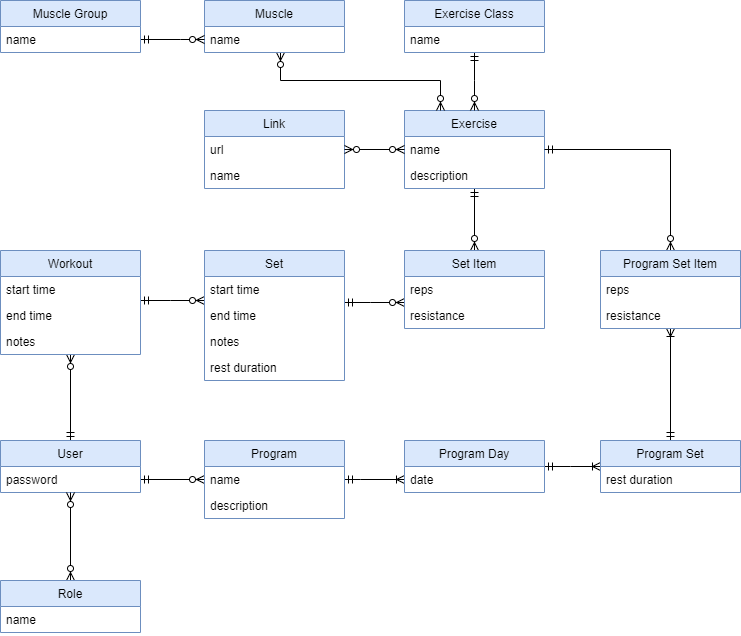
This is documentation/entities.png from toivjon/max-pondus, a draw.io export, as it was before one commit. Source tidied: cells renumbered, new cells last; positions are measured from the earlier drawing's top-left corner, leaving out a move shared by most shapes. Source of this version:
```xml
<mxGraphModel>
  <root>
    <mxCell id="0" />
    <mxCell id="1" parent="0" />
    <mxCell id="2" style="edgeStyle=orthogonalEdgeStyle;rounded=0;jettySize=auto;html=1;startArrow=ERmandOne;startFill=0;endArrow=ERzeroToMany;endFill=1;" parent="1" edge="1" source="4" target="24">
      <mxGeometry relative="1" as="geometry" />
    </mxCell>
    <mxCell id="3" style="edgeStyle=orthogonalEdgeStyle;rounded=0;jettySize=auto;html=1;startArrow=ERmandOne;startFill=0;endArrow=ERzeroToMany;endFill=1;" parent="1" edge="1" source="4" target="41">
      <mxGeometry relative="1" as="geometry">
        <Array as="points">
          <mxPoint x="190" y="479" />
          <mxPoint x="190" y="479" />
        </Array>
      </mxGeometry>
    </mxCell>
    <mxCell id="4" value="User" style="swimlane;fontStyle=0;horizontal=1;startSize=26;fillColor=#dae8fc;strokeColor=#6c8ebf;" parent="1" vertex="1">
      <mxGeometry y="440" width="140" height="52" as="geometry" />
    </mxCell>
    <mxCell id="5" value="password" style="text;strokeColor=none;fillColor=none;align=left;verticalAlign=top;spacingLeft=4;spacingRight=4;overflow=hidden;" parent="4" vertex="1">
      <mxGeometry y="26" width="140" height="26" as="geometry" />
    </mxCell>
    <mxCell id="6" style="edgeStyle=orthogonalEdgeStyle;rounded=0;jettySize=auto;html=1;endArrow=ERzeroToMany;endFill=1;startArrow=ERzeroToMany;startFill=1;" parent="1" edge="1" source="7" target="4">
      <mxGeometry relative="1" as="geometry" />
    </mxCell>
    <mxCell id="7" value="Role" style="swimlane;fontStyle=0;horizontal=1;startSize=26;fillColor=#dae8fc;strokeColor=#6c8ebf;" parent="1" vertex="1">
      <mxGeometry y="580" width="140" height="52" as="geometry" />
    </mxCell>
    <mxCell id="8" value="name" style="text;strokeColor=none;fillColor=none;align=left;verticalAlign=top;spacingLeft=4;spacingRight=4;overflow=hidden;" parent="7" vertex="1">
      <mxGeometry y="26" width="140" height="26" as="geometry" />
    </mxCell>
    <mxCell id="9" style="edgeStyle=orthogonalEdgeStyle;rounded=0;jettySize=auto;html=1;startArrow=ERmandOne;startFill=0;endArrow=ERzeroToMany;endFill=1;" parent="1" edge="1" source="10" target="34">
      <mxGeometry relative="1" as="geometry" />
    </mxCell>
    <mxCell id="10" value="Exercise" style="swimlane;fontStyle=0;horizontal=1;startSize=26;fillColor=#dae8fc;strokeColor=#6c8ebf;" parent="1" vertex="1">
      <mxGeometry x="404" y="110" width="140" height="78" as="geometry" />
    </mxCell>
    <mxCell id="11" value="name" style="text;align=left;verticalAlign=top;spacingLeft=4;spacingRight=4;overflow=hidden;" parent="10" vertex="1">
      <mxGeometry y="26" width="140" height="26" as="geometry" />
    </mxCell>
    <mxCell id="12" value="description" style="text;align=left;verticalAlign=top;spacingLeft=4;spacingRight=4;overflow=hidden;" parent="10" vertex="1">
      <mxGeometry y="52" width="140" height="26" as="geometry" />
    </mxCell>
    <mxCell id="13" value="Link" style="swimlane;fontStyle=0;horizontal=1;startSize=26;fillColor=#dae8fc;strokeColor=#6c8ebf;" parent="1" vertex="1">
      <mxGeometry x="204" y="110" width="140" height="78" as="geometry" />
    </mxCell>
    <mxCell id="14" value="url" style="text;strokeColor=none;fillColor=none;align=left;verticalAlign=top;spacingLeft=4;spacingRight=4;overflow=hidden;" parent="13" vertex="1">
      <mxGeometry y="26" width="140" height="26" as="geometry" />
    </mxCell>
    <mxCell id="15" value="name" style="text;align=left;verticalAlign=top;spacingLeft=4;spacingRight=4;overflow=hidden;" parent="13" vertex="1">
      <mxGeometry y="52" width="140" height="26" as="geometry" />
    </mxCell>
    <mxCell id="16" style="edgeStyle=orthogonalEdgeStyle;rounded=0;jettySize=auto;html=1;startArrow=ERzeroToMany;startFill=1;endArrow=ERzeroToMany;endFill=1;" parent="1" edge="1" source="10" target="13">
      <mxGeometry relative="1" as="geometry">
        <Array as="points">
          <mxPoint x="274" y="180" />
        </Array>
      </mxGeometry>
    </mxCell>
    <mxCell id="17" style="edgeStyle=orthogonalEdgeStyle;rounded=0;jettySize=auto;html=1;startArrow=ERzeroToMany;startFill=1;endArrow=ERzeroToMany;endFill=1;" parent="1" edge="1" source="18" target="10">
      <mxGeometry relative="1" as="geometry">
        <Array as="points">
          <mxPoint x="280" y="80" />
          <mxPoint x="440" y="80" />
        </Array>
      </mxGeometry>
    </mxCell>
    <mxCell id="18" value="Muscle" style="swimlane;fontStyle=0;horizontal=1;startSize=26;fillColor=#dae8fc;strokeColor=#6c8ebf;" parent="1" vertex="1">
      <mxGeometry x="204" width="140" height="52" as="geometry" />
    </mxCell>
    <mxCell id="19" value="name" style="text;strokeColor=none;fillColor=none;align=left;verticalAlign=top;spacingLeft=4;spacingRight=4;overflow=hidden;" parent="18" vertex="1">
      <mxGeometry y="26" width="140" height="26" as="geometry" />
    </mxCell>
    <mxCell id="20" style="edgeStyle=orthogonalEdgeStyle;rounded=0;jettySize=auto;html=1;startArrow=ERmandOne;startFill=0;endArrow=ERzeroToMany;endFill=1;" parent="1" edge="1" source="21" target="10">
      <mxGeometry relative="1" as="geometry">
        <Array as="points">
          <mxPoint x="474" y="80" />
          <mxPoint x="474" y="80" />
        </Array>
      </mxGeometry>
    </mxCell>
    <mxCell id="21" value="Exercise Class" style="swimlane;fontStyle=0;horizontal=1;startSize=26;fillColor=#dae8fc;strokeColor=#6c8ebf;" parent="1" vertex="1">
      <mxGeometry x="404" width="140" height="52" as="geometry" />
    </mxCell>
    <mxCell id="22" value="name" style="text;strokeColor=none;fillColor=none;align=left;verticalAlign=top;spacingLeft=4;spacingRight=4;overflow=hidden;" parent="21" vertex="1">
      <mxGeometry y="26" width="140" height="26" as="geometry" />
    </mxCell>
    <mxCell id="23" style="edgeStyle=orthogonalEdgeStyle;rounded=0;jettySize=auto;html=1;startArrow=ERmandOne;startFill=0;endArrow=ERzeroToMany;endFill=1;" parent="1" edge="1" source="24" target="29">
      <mxGeometry relative="1" as="geometry">
        <Array as="points">
          <mxPoint x="170" y="300" />
          <mxPoint x="170" y="300" />
        </Array>
      </mxGeometry>
    </mxCell>
    <mxCell id="24" value="Workout" style="swimlane;fontStyle=0;horizontal=1;startSize=26;fillColor=#dae8fc;strokeColor=#6c8ebf;" parent="1" vertex="1">
      <mxGeometry y="250" width="140" height="104" as="geometry" />
    </mxCell>
    <mxCell id="25" value="start time" style="text;strokeColor=none;fillColor=none;align=left;verticalAlign=top;spacingLeft=4;spacingRight=4;overflow=hidden;" parent="24" vertex="1">
      <mxGeometry y="26" width="140" height="26" as="geometry" />
    </mxCell>
    <mxCell id="26" value="end time" style="text;strokeColor=none;fillColor=none;align=left;verticalAlign=top;spacingLeft=4;spacingRight=4;overflow=hidden;" parent="24" vertex="1">
      <mxGeometry y="52" width="140" height="26" as="geometry" />
    </mxCell>
    <mxCell id="27" value="notes" style="text;strokeColor=none;fillColor=none;align=left;verticalAlign=top;spacingLeft=4;spacingRight=4;overflow=hidden;" parent="24" vertex="1">
      <mxGeometry y="78" width="140" height="26" as="geometry" />
    </mxCell>
    <mxCell id="28" style="edgeStyle=orthogonalEdgeStyle;rounded=0;jettySize=auto;html=1;startArrow=ERmandOne;startFill=0;endArrow=ERzeroToMany;endFill=1;" parent="1" edge="1" source="29" target="34">
      <mxGeometry relative="1" as="geometry">
        <Array as="points">
          <mxPoint x="370" y="302" />
          <mxPoint x="370" y="302" />
        </Array>
      </mxGeometry>
    </mxCell>
    <mxCell id="29" value="Set" style="swimlane;fontStyle=0;horizontal=1;startSize=26;fillColor=#dae8fc;strokeColor=#6c8ebf;" parent="1" vertex="1">
      <mxGeometry x="204" y="250" width="140" height="130" as="geometry" />
    </mxCell>
    <mxCell id="30" value="start time" style="text;strokeColor=none;fillColor=none;align=left;verticalAlign=top;spacingLeft=4;spacingRight=4;overflow=hidden;" parent="29" vertex="1">
      <mxGeometry y="26" width="140" height="26" as="geometry" />
    </mxCell>
    <mxCell id="31" value="end time" style="text;strokeColor=none;fillColor=none;align=left;verticalAlign=top;spacingLeft=4;spacingRight=4;overflow=hidden;" parent="29" vertex="1">
      <mxGeometry y="52" width="140" height="26" as="geometry" />
    </mxCell>
    <mxCell id="32" value="notes" style="text;strokeColor=none;fillColor=none;align=left;verticalAlign=top;spacingLeft=4;spacingRight=4;overflow=hidden;" parent="29" vertex="1">
      <mxGeometry y="78" width="140" height="26" as="geometry" />
    </mxCell>
    <mxCell id="33" value="rest duration" style="text;align=left;verticalAlign=top;spacingLeft=4;spacingRight=4;overflow=hidden;" parent="29" vertex="1">
      <mxGeometry y="104" width="140" height="26" as="geometry" />
    </mxCell>
    <mxCell id="34" value="Set Item" style="swimlane;fontStyle=0;horizontal=1;startSize=26;fillColor=#dae8fc;strokeColor=#6c8ebf;" parent="1" vertex="1">
      <mxGeometry x="404" y="250" width="140" height="78" as="geometry" />
    </mxCell>
    <mxCell id="35" value="reps" style="text;strokeColor=none;fillColor=none;align=left;verticalAlign=top;spacingLeft=4;spacingRight=4;overflow=hidden;" parent="34" vertex="1">
      <mxGeometry y="26" width="140" height="26" as="geometry" />
    </mxCell>
    <mxCell id="36" value="resistance" style="text;strokeColor=none;fillColor=none;align=left;verticalAlign=top;spacingLeft=4;spacingRight=4;overflow=hidden;" parent="34" vertex="1">
      <mxGeometry y="52" width="140" height="26" as="geometry" />
    </mxCell>
    <mxCell id="37" style="edgeStyle=orthogonalEdgeStyle;rounded=0;jettySize=auto;html=1;startArrow=ERmandOne;startFill=0;endArrow=ERzeroToMany;endFill=1;" parent="1" edge="1" source="38" target="18">
      <mxGeometry relative="1" as="geometry">
        <Array as="points">
          <mxPoint x="180" y="39" />
          <mxPoint x="180" y="39" />
        </Array>
      </mxGeometry>
    </mxCell>
    <mxCell id="38" value="Muscle Group" style="swimlane;fontStyle=0;horizontal=1;startSize=26;fillColor=#dae8fc;strokeColor=#6c8ebf;" parent="1" vertex="1">
      <mxGeometry width="140" height="52" as="geometry" />
    </mxCell>
    <mxCell id="39" value="name" style="text;strokeColor=none;fillColor=none;align=left;verticalAlign=top;spacingLeft=4;spacingRight=4;overflow=hidden;" parent="38" vertex="1">
      <mxGeometry y="26" width="140" height="26" as="geometry" />
    </mxCell>
    <mxCell id="40" style="edgeStyle=orthogonalEdgeStyle;rounded=0;jettySize=auto;html=1;startArrow=ERmandOne;startFill=0;endArrow=ERoneToMany;endFill=0;" parent="1" edge="1" source="41" target="45">
      <mxGeometry relative="1" as="geometry">
        <Array as="points">
          <mxPoint x="360" y="479" />
          <mxPoint x="360" y="479" />
        </Array>
      </mxGeometry>
    </mxCell>
    <mxCell id="41" value="Program" style="swimlane;fontStyle=0;horizontal=1;startSize=26;fillColor=#dae8fc;strokeColor=#6c8ebf;" parent="1" vertex="1">
      <mxGeometry x="204" y="440" width="140" height="78" as="geometry" />
    </mxCell>
    <mxCell id="42" value="name" style="text;strokeColor=none;fillColor=none;align=left;verticalAlign=top;spacingLeft=4;spacingRight=4;overflow=hidden;" parent="41" vertex="1">
      <mxGeometry y="26" width="140" height="26" as="geometry" />
    </mxCell>
    <mxCell id="43" value="description" style="text;strokeColor=none;fillColor=none;align=left;verticalAlign=top;spacingLeft=4;spacingRight=4;overflow=hidden;" parent="41" vertex="1">
      <mxGeometry y="52" width="140" height="26" as="geometry" />
    </mxCell>
    <mxCell id="44" style="edgeStyle=orthogonalEdgeStyle;rounded=0;jettySize=auto;html=1;startArrow=ERmandOne;startFill=0;endArrow=ERoneToMany;endFill=0;" parent="1" edge="1" source="45" target="48">
      <mxGeometry relative="1" as="geometry">
        <Array as="points">
          <mxPoint x="570" y="466" />
          <mxPoint x="570" y="466" />
        </Array>
      </mxGeometry>
    </mxCell>
    <mxCell id="45" value="Program Day" style="swimlane;fontStyle=0;horizontal=1;startSize=26;fillColor=#dae8fc;strokeColor=#6c8ebf;" parent="1" vertex="1">
      <mxGeometry x="404" y="440" width="140" height="52" as="geometry" />
    </mxCell>
    <mxCell id="46" value="date" style="text;strokeColor=none;fillColor=none;align=left;verticalAlign=top;spacingLeft=4;spacingRight=4;overflow=hidden;" parent="45" vertex="1">
      <mxGeometry y="26" width="140" height="26" as="geometry" />
    </mxCell>
    <mxCell id="47" style="edgeStyle=orthogonalEdgeStyle;rounded=0;jettySize=auto;html=1;startArrow=ERmandOne;startFill=0;endArrow=ERoneToMany;endFill=0;" parent="1" edge="1" source="48" target="51">
      <mxGeometry relative="1" as="geometry" />
    </mxCell>
    <mxCell id="48" value="Program Set" style="swimlane;fontStyle=0;horizontal=1;startSize=26;fillColor=#dae8fc;strokeColor=#6c8ebf;" parent="1" vertex="1">
      <mxGeometry x="600" y="440" width="140" height="52" as="geometry" />
    </mxCell>
    <mxCell id="49" value="rest duration" style="text;align=left;verticalAlign=top;spacingLeft=4;spacingRight=4;overflow=hidden;" parent="48" vertex="1">
      <mxGeometry y="26" width="140" height="26" as="geometry" />
    </mxCell>
    <mxCell id="50" style="edgeStyle=orthogonalEdgeStyle;rounded=0;jettySize=auto;html=1;startArrow=ERzeroToMany;startFill=1;endArrow=ERmandOne;endFill=0;" parent="1" edge="1" source="51" target="10">
      <mxGeometry relative="1" as="geometry">
        <Array as="points">
          <mxPoint x="670" y="149" />
        </Array>
      </mxGeometry>
    </mxCell>
    <mxCell id="51" value="Program Set Item" style="swimlane;fontStyle=0;horizontal=1;startSize=26;fillColor=#dae8fc;strokeColor=#6c8ebf;" parent="1" vertex="1">
      <mxGeometry x="600" y="250" width="140" height="78" as="geometry" />
    </mxCell>
    <mxCell id="52" value="reps" style="text;strokeColor=none;fillColor=none;align=left;verticalAlign=top;spacingLeft=4;spacingRight=4;overflow=hidden;" parent="51" vertex="1">
      <mxGeometry y="26" width="140" height="26" as="geometry" />
    </mxCell>
    <mxCell id="53" value="resistance" style="text;strokeColor=none;fillColor=none;align=left;verticalAlign=top;spacingLeft=4;spacingRight=4;overflow=hidden;" parent="51" vertex="1">
      <mxGeometry y="52" width="140" height="26" as="geometry" />
    </mxCell>
  </root>
</mxGraphModel>
```
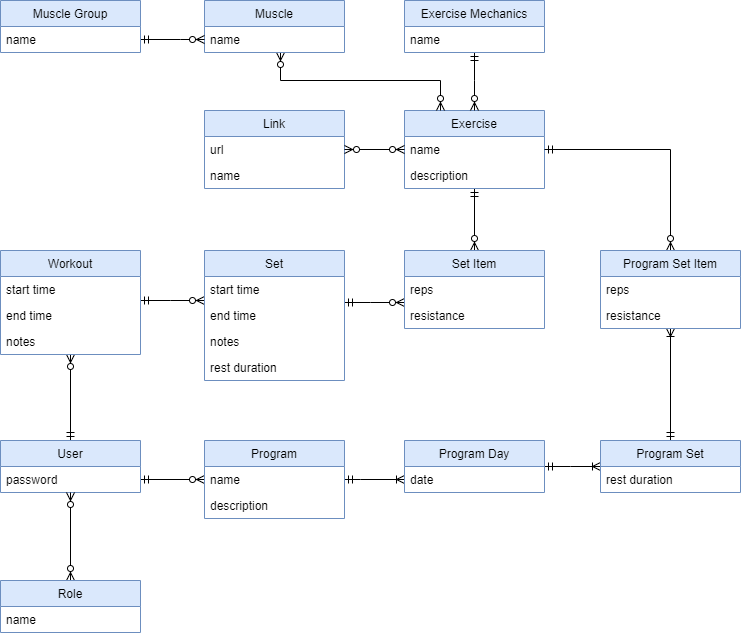
The same diagram one commit later.

Commit message:
Renamed Exercise Class entity into Exercise Mechanics in the entity diagram.

The edit, as a diff of the source:
```diff
@@ -78,7 +78,7 @@
         </Array>
       </mxGeometry>
     </mxCell>
-    <mxCell id="21" value="Exercise Class" style="swimlane;fontStyle=0;horizontal=1;startSize=26;fillColor=#dae8fc;strokeColor=#6c8ebf;" parent="1" vertex="1">
+    <mxCell id="21" value="Exercise Mechanics" style="swimlane;fontStyle=0;horizontal=1;startSize=26;fillColor=#dae8fc;strokeColor=#6c8ebf;" parent="1" vertex="1">
       <mxGeometry x="404" width="140" height="52" as="geometry" />
     </mxCell>
     <mxCell id="22" value="name" style="text;strokeColor=none;fillColor=none;align=left;verticalAlign=top;spacingLeft=4;spacingRight=4;overflow=hidden;" parent="21" vertex="1">
```
